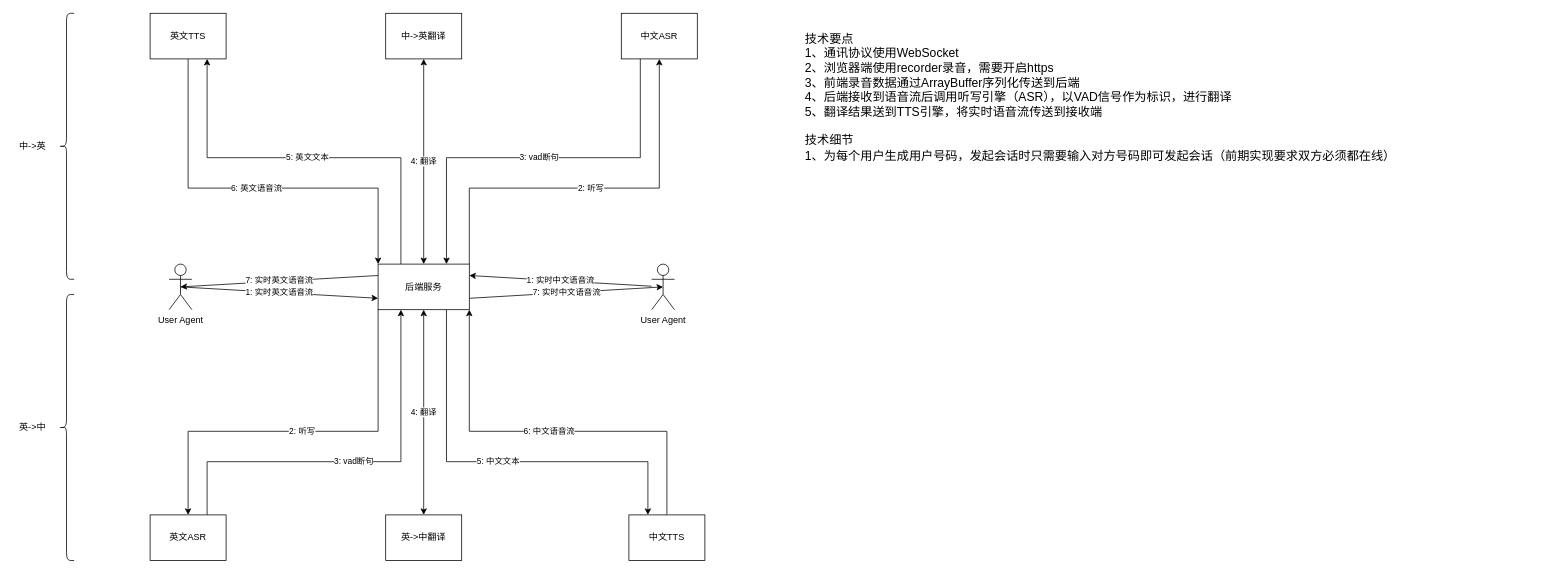
The draw.io diagram page "第 2 页" (2 of 2) of 未命名绘图.drawio in islenbo/test, before the edit. Source tidied: cells renumbered, new cells numbered last; positions are measured from the earlier drawing's top-left corner, leaving out a move shared by most shapes. Both pictures are drawn from the tidied source at 76%, with x=0, y=0 at pixel (13, 13).
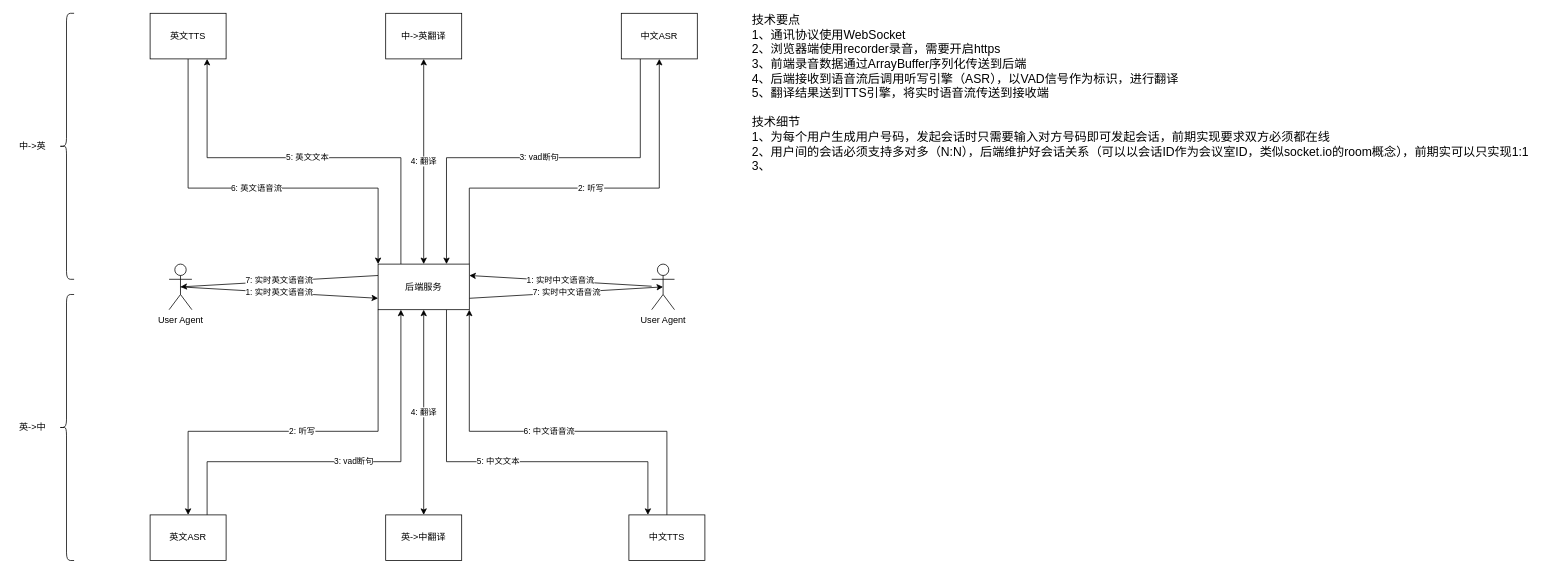
Above is the later version.

Commit message:
更新未命名绘图.drawio

Diff of the diagram source:
```diff
@@
-    <mxCell id="31" value="技术要点&lt;br&gt;&lt;div&gt;1、通讯协议使用WebSocket&lt;/div&gt;&lt;div&gt;2、浏览器端使用recorder录音，需要开启https&lt;/div&gt;&lt;div&gt;3、前端录音数据通过ArrayBuffer序列化传送到后端&lt;/div&gt;4、后端接收到语音流后调用听写引擎（ASR），以VAD信号作为标识，进行翻译&lt;br&gt;5、翻译结果送到TTS引擎，将实时语音流传送到接收端&lt;br&gt;&lt;br&gt;技术细节&lt;br&gt;1、为每个用户生成用户号码，发起会话时只需要输入对方号码即可发起会话（前期实现要求双方必须都在线）" style="text;html=1;align=left;verticalAlign=middle;fontSize=16;" parent="1" vertex="1">
-      <mxGeometry x="1040" y="20" width="790" height="180" as="geometry" />
+    <mxCell id="31" value="技术要点&lt;br&gt;&lt;div&gt;1、通讯协议使用WebSocket&lt;/div&gt;&lt;div&gt;2、浏览器端使用recorder录音，需要开启https&lt;/div&gt;&lt;div&gt;3、前端录音数据通过ArrayBuffer序列化传送到后端&lt;/div&gt;4、后端接收到语音流后调用听写引擎（ASR），以VAD信号作为标识，进行翻译&lt;br&gt;5、翻译结果送到TTS引擎，将实时语音流传送到接收端&lt;br&gt;&lt;br&gt;技术细节&lt;br&gt;1、为每个用户生成用户号码，发起会话时只需要输入对方号码即可发起会话，前期实现要求双方必须都在线&lt;br&gt;2、用户间的会话必须支持多对多（N:N），后端维护好会话关系（可以以会话ID作为会议室ID，类似socket.io的room概念），前期实可以只实现1:1&lt;br&gt;3、" style="text;html=1;align=left;verticalAlign=middle;fontSize=16;" parent="1" vertex="1">
+      <mxGeometry x="970" width="1050" height="210" as="geometry" />
     </mxCell>
```
